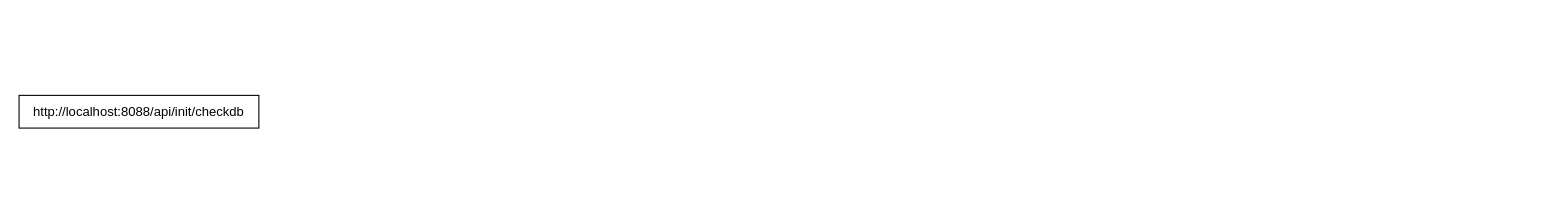
This is server/xb/design.drawio from ssbandjl/gin-vue-admin, a draw.io file, before an edit. Source tidied: cells renumbered, new cells numbered last; positions are measured from the earlier drawing's top-left corner, leaving out a move shared by most shapes. Both pictures are drawn from the tidied source at 109%, with x=0, y=0 at pixel (19, 95).
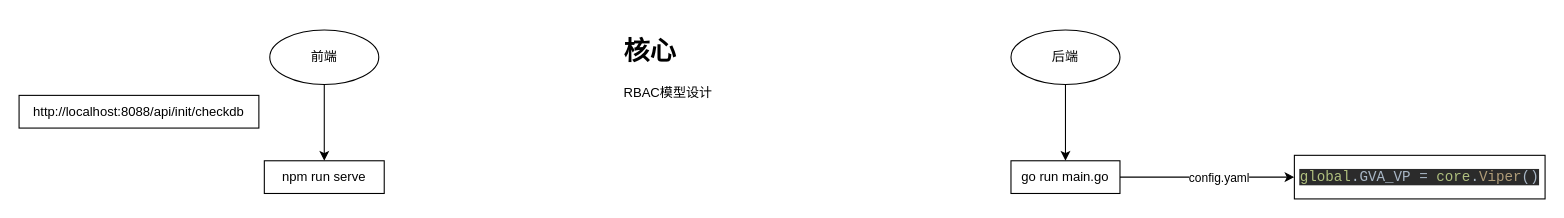
The same diagram, later.

Diff of the diagram source:
```diff
@@
 <mxGraphModel>
   <root>
     <mxCell id="0" />
     <mxCell id="1" parent="0" />
     <mxCell id="2" value="http://localhost:8088/api/init/checkdb" style="whiteSpace=wrap;html=1;" parent="1" vertex="1">
       <mxGeometry width="220" height="30" as="geometry" />
     </mxCell>
+    <mxCell id="3" style="edgeStyle=orthogonalEdgeStyle;rounded=0;jettySize=auto;html=1;exitX=0.5;exitY=1;exitDx=0;exitDy=0;entryX=0.5;entryY=0;entryDx=0;entryDy=0;" parent="1" edge="1" source="4" target="9">
+      <mxGeometry relative="1" as="geometry" />
+    </mxCell>
+    <mxCell id="4" value="后端" style="ellipse;whiteSpace=wrap;html=1;" parent="1" vertex="1">
+      <mxGeometry x="910" y="-60" width="100" height="50" as="geometry" />
+    </mxCell>
+    <mxCell id="5" style="edgeStyle=orthogonalEdgeStyle;rounded=0;jettySize=auto;html=1;exitX=0.5;exitY=1;exitDx=0;exitDy=0;" parent="1" edge="1" source="6" target="10">
+      <mxGeometry relative="1" as="geometry" />
+    </mxCell>
+    <mxCell id="6" value="前端" style="ellipse;whiteSpace=wrap;html=1;" parent="1" vertex="1">
+      <mxGeometry x="230" y="-60" width="100" height="50" as="geometry" />
+    </mxCell>
+    <mxCell id="7" style="edgeStyle=orthogonalEdgeStyle;rounded=0;jettySize=auto;html=1;exitX=1;exitY=0.5;exitDx=0;exitDy=0;entryX=0;entryY=0.5;entryDx=0;entryDy=0;" parent="1" edge="1" source="9" target="11">
+      <mxGeometry relative="1" as="geometry" />
+    </mxCell>
+    <mxCell id="8" value="config.yaml" style="edgeLabel;html=1;align=center;verticalAlign=middle;" parent="7" vertex="1">
+      <mxGeometry x="0.15" y="-1" relative="1" as="geometry">
+        <mxPoint x="-2" y="-1" as="offset" />
+      </mxGeometry>
+    </mxCell>
+    <mxCell id="9" value="go run main.go" style="whiteSpace=wrap;html=1;" parent="1" vertex="1">
+      <mxGeometry x="910" y="60" width="100" height="30" as="geometry" />
+    </mxCell>
+    <mxCell id="10" value="npm run serve" style="whiteSpace=wrap;html=1;" parent="1" vertex="1">
+      <mxGeometry x="225" y="60" width="110" height="30" as="geometry" />
+    </mxCell>
+    <mxCell id="11" value="&lt;pre style=&quot;background-color: #2b2b2b ; color: #a9b7c6 ; font-family: &amp;#34;jetbrains mono&amp;#34; , monospace ; font-size: 9.8pt&quot;&gt;&lt;span style=&quot;color: #afbf7e&quot;&gt;global&lt;/span&gt;.GVA_VP = &lt;span style=&quot;color: #afbf7e&quot;&gt;core&lt;/span&gt;.&lt;span style=&quot;color: #b09d79&quot;&gt;Viper&lt;/span&gt;()&lt;/pre&gt;" style="whiteSpace=wrap;html=1;" parent="1" vertex="1">
+      <mxGeometry x="1170" y="55" width="230" height="40" as="geometry" />
+    </mxCell>
+    <mxCell id="12" value="&lt;h1&gt;核心&lt;/h1&gt;&lt;p&gt;RBAC模型设计&lt;/p&gt;" style="text;html=1;strokeColor=none;fillColor=none;spacing=5;spacingTop=-20;whiteSpace=wrap;overflow=hidden;rounded=0;" parent="1" vertex="1">
+      <mxGeometry x="550" y="-60" width="100" height="70" as="geometry" />
+    </mxCell>
   </root>
 </mxGraphModel>
```
